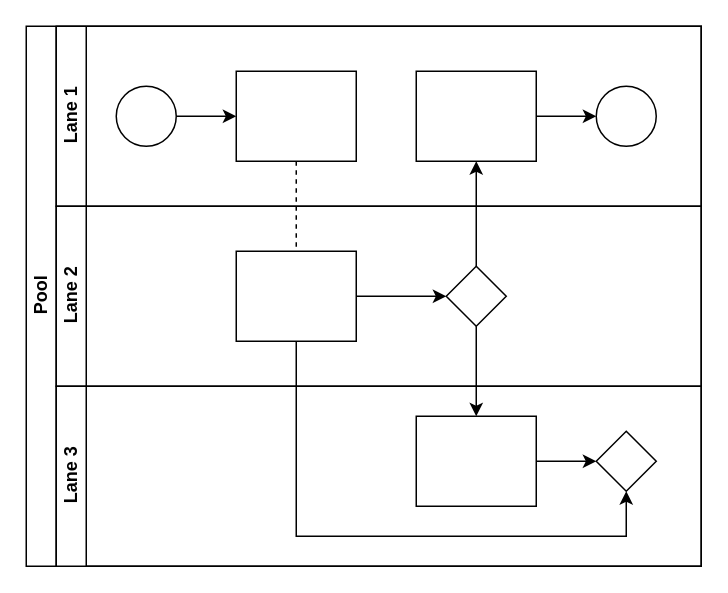
Above: Untitled Diagram.drawio in mohsenkamini/SBU_FLA (draw.io), before the change. Source tidied: cells renumbered, new cells numbered last; positions are measured from the earlier drawing's top-left corner, leaving out a move shared by most shapes. Both pictures are drawn from the tidied source at 150%, with x=0, y=0 at pixel (26, 26).
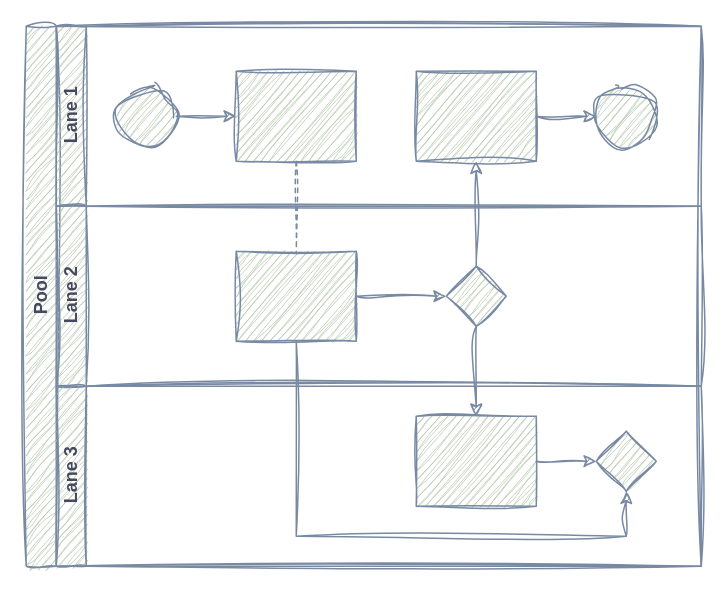
After the change.

What changed in the source:
```diff
@@
-    <mxCell id="2" value="Pool" style="swimlane;html=1;horizontal=0;startSize=20;" parent="1" vertex="1">
+    <mxCell id="2" value="Pool" style="swimlane;html=1;horizontal=0;startSize=20;labelBackgroundColor=none;fillColor=#B2C9AB;strokeColor=#788AA3;fontColor=#46495D;sketch=1;curveFitting=1;jiggle=2;" parent="1" vertex="1">
       <mxGeometry width="450" height="360" as="geometry" />
     </mxCell>
-    <mxCell id="3" style="edgeStyle=orthogonalEdgeStyle;rounded=0;jettySize=auto;html=1;dashed=1;endArrow=none;endFill=0;" parent="2" edge="1" source="10" target="16">
+    <mxCell id="3" style="edgeStyle=orthogonalEdgeStyle;rounded=0;jettySize=auto;html=1;dashed=1;endArrow=none;endFill=0;labelBackgroundColor=none;strokeColor=#788AA3;fontColor=default;sketch=1;curveFitting=1;jiggle=2;" parent="2" edge="1" source="10" target="16">
       <mxGeometry relative="1" as="geometry" />
     </mxCell>
-    <mxCell id="4" style="edgeStyle=orthogonalEdgeStyle;rounded=0;jettySize=auto;html=1;endArrow=classic;endFill=1;" parent="2" edge="1" source="17" target="12">
+    <mxCell id="4" style="edgeStyle=orthogonalEdgeStyle;rounded=0;jettySize=auto;html=1;endArrow=classic;endFill=1;labelBackgroundColor=none;strokeColor=#788AA3;fontColor=default;sketch=1;curveFitting=1;jiggle=2;" parent="2" edge="1" source="17" target="12">
       <mxGeometry relative="1" as="geometry" />
     </mxCell>
-    <mxCell id="5" style="edgeStyle=orthogonalEdgeStyle;rounded=0;jettySize=auto;html=1;endArrow=classic;endFill=1;" parent="2" edge="1" source="17" target="20">
+    <mxCell id="5" style="edgeStyle=orthogonalEdgeStyle;rounded=0;jettySize=auto;html=1;endArrow=classic;endFill=1;labelBackgroundColor=none;strokeColor=#788AA3;fontColor=default;sketch=1;curveFitting=1;jiggle=2;" parent="2" edge="1" source="17" target="20">
       <mxGeometry relative="1" as="geometry" />
     </mxCell>
-    <mxCell id="6" style="edgeStyle=orthogonalEdgeStyle;rounded=0;jettySize=auto;html=1;endArrow=classic;endFill=1;" parent="2" edge="1" source="16" target="21">
+    <mxCell id="6" style="edgeStyle=orthogonalEdgeStyle;rounded=0;jettySize=auto;html=1;endArrow=classic;endFill=1;labelBackgroundColor=none;strokeColor=#788AA3;fontColor=default;sketch=1;curveFitting=1;jiggle=2;" parent="2" edge="1" source="16" target="21">
       <mxGeometry relative="1" as="geometry">
         <Array as="points">
           <mxPoint x="180" y="340" />
           <mxPoint x="400" y="340" />
         </Array>
       </mxGeometry>
     </mxCell>
-    <mxCell id="7" value="Lane 1" style="swimlane;html=1;startSize=20;horizontal=0;" parent="2" vertex="1">
+    <mxCell id="7" value="Lane 1" style="swimlane;html=1;startSize=20;horizontal=0;labelBackgroundColor=none;fillColor=#B2C9AB;strokeColor=#788AA3;fontColor=#46495D;sketch=1;curveFitting=1;jiggle=2;" parent="2" vertex="1">
       <mxGeometry x="20" width="430" height="120" as="geometry" />
     </mxCell>
-    <mxCell id="8" style="edgeStyle=orthogonalEdgeStyle;rounded=0;jettySize=auto;html=1;" parent="7" edge="1" source="9" target="10">
+    <mxCell id="8" style="edgeStyle=orthogonalEdgeStyle;rounded=0;jettySize=auto;html=1;labelBackgroundColor=none;strokeColor=#788AA3;fontColor=default;sketch=1;curveFitting=1;jiggle=2;" parent="7" edge="1" source="9" target="10">
       <mxGeometry relative="1" as="geometry" />
     </mxCell>
-    <mxCell id="9" style="ellipse;whiteSpace=wrap;html=1;" parent="7" vertex="1">
+    <mxCell id="9" style="ellipse;whiteSpace=wrap;html=1;labelBackgroundColor=none;fillColor=#B2C9AB;strokeColor=#788AA3;fontColor=#46495D;sketch=1;curveFitting=1;jiggle=2;" parent="7" vertex="1">
       <mxGeometry x="40" y="40" width="40" height="40" as="geometry" />
     </mxCell>
-    <mxCell id="10" style="rounded=0;whiteSpace=wrap;html=1;fontFamily=Helvetica;fontSize=12;fontColor=#000000;align=center;" parent="7" vertex="1">
+    <mxCell id="10" style="rounded=0;whiteSpace=wrap;html=1;fontFamily=Helvetica;fontSize=12;fontColor=#46495D;align=center;labelBackgroundColor=none;fillColor=#B2C9AB;strokeColor=#788AA3;sketch=1;curveFitting=1;jiggle=2;" parent="7" vertex="1">
       <mxGeometry x="120" y="30" width="80" height="60" as="geometry" />
     </mxCell>
-    <mxCell id="11" style="edgeStyle=orthogonalEdgeStyle;rounded=0;jettySize=auto;html=1;endArrow=classic;endFill=1;" parent="7" edge="1" source="12" target="13">
+    <mxCell id="11" style="edgeStyle=orthogonalEdgeStyle;rounded=0;jettySize=auto;html=1;endArrow=classic;endFill=1;labelBackgroundColor=none;strokeColor=#788AA3;fontColor=default;sketch=1;curveFitting=1;jiggle=2;" parent="7" edge="1" source="12" target="13">
       <mxGeometry relative="1" as="geometry" />
     </mxCell>
-    <mxCell id="12" style="rounded=0;whiteSpace=wrap;html=1;fontFamily=Helvetica;fontSize=12;fontColor=#000000;align=center;" parent="7" vertex="1">
+    <mxCell id="12" style="rounded=0;whiteSpace=wrap;html=1;fontFamily=Helvetica;fontSize=12;fontColor=#46495D;align=center;labelBackgroundColor=none;fillColor=#B2C9AB;strokeColor=#788AA3;sketch=1;curveFitting=1;jiggle=2;" parent="7" vertex="1">
       <mxGeometry x="240" y="30" width="80" height="60" as="geometry" />
     </mxCell>
-    <mxCell id="13" style="ellipse;whiteSpace=wrap;html=1;" parent="7" vertex="1">
+    <mxCell id="13" style="ellipse;whiteSpace=wrap;html=1;labelBackgroundColor=none;fillColor=#B2C9AB;strokeColor=#788AA3;fontColor=#46495D;sketch=1;curveFitting=1;jiggle=2;" parent="7" vertex="1">
       <mxGeometry x="360" y="40" width="40" height="40" as="geometry" />
     </mxCell>
-    <mxCell id="14" value="Lane 2" style="swimlane;html=1;startSize=20;horizontal=0;" parent="2" vertex="1">
+    <mxCell id="14" value="Lane 2" style="swimlane;html=1;startSize=20;horizontal=0;labelBackgroundColor=none;fillColor=#B2C9AB;strokeColor=#788AA3;fontColor=#46495D;sketch=1;curveFitting=1;jiggle=2;" parent="2" vertex="1">
       <mxGeometry x="20" y="120" width="430" height="120" as="geometry" />
     </mxCell>
-    <mxCell id="15" style="edgeStyle=orthogonalEdgeStyle;rounded=0;jettySize=auto;html=1;endArrow=classic;endFill=1;" parent="14" edge="1" source="16" target="17">
+    <mxCell id="15" style="edgeStyle=orthogonalEdgeStyle;rounded=0;jettySize=auto;html=1;endArrow=classic;endFill=1;labelBackgroundColor=none;strokeColor=#788AA3;fontColor=default;sketch=1;curveFitting=1;jiggle=2;" parent="14" edge="1" source="16" target="17">
       <mxGeometry relative="1" as="geometry" />
     </mxCell>
-    <mxCell id="16" style="rounded=0;whiteSpace=wrap;html=1;fontFamily=Helvetica;fontSize=12;fontColor=#000000;align=center;" parent="14" vertex="1">
+    <mxCell id="16" style="rounded=0;whiteSpace=wrap;html=1;fontFamily=Helvetica;fontSize=12;fontColor=#46495D;align=center;labelBackgroundColor=none;fillColor=#B2C9AB;strokeColor=#788AA3;sketch=1;curveFitting=1;jiggle=2;" parent="14" vertex="1">
       <mxGeometry x="120" y="30" width="80" height="60" as="geometry" />
     </mxCell>
-    <mxCell id="17" style="rhombus;whiteSpace=wrap;html=1;fontFamily=Helvetica;fontSize=12;fontColor=#000000;align=center;" parent="14" vertex="1">
+    <mxCell id="17" style="rhombus;whiteSpace=wrap;html=1;fontFamily=Helvetica;fontSize=12;fontColor=#46495D;align=center;labelBackgroundColor=none;fillColor=#B2C9AB;strokeColor=#788AA3;sketch=1;curveFitting=1;jiggle=2;" parent="14" vertex="1">
       <mxGeometry x="260" y="40" width="40" height="40" as="geometry" />
     </mxCell>
-    <mxCell id="18" value="Lane 3" style="swimlane;html=1;startSize=20;horizontal=0;" parent="2" vertex="1">
+    <mxCell id="18" value="Lane 3" style="swimlane;html=1;startSize=20;horizontal=0;labelBackgroundColor=none;fillColor=#B2C9AB;strokeColor=#788AA3;fontColor=#46495D;sketch=1;curveFitting=1;jiggle=2;" parent="2" vertex="1">
       <mxGeometry x="20" y="240" width="430" height="120" as="geometry" />
     </mxCell>
-    <mxCell id="19" style="edgeStyle=orthogonalEdgeStyle;rounded=0;jettySize=auto;html=1;endArrow=classic;endFill=1;" parent="18" edge="1" source="20" target="21">
+    <mxCell id="19" style="edgeStyle=orthogonalEdgeStyle;rounded=0;jettySize=auto;html=1;endArrow=classic;endFill=1;labelBackgroundColor=none;strokeColor=#788AA3;fontColor=default;sketch=1;curveFitting=1;jiggle=2;" parent="18" edge="1" source="20" target="21">
       <mxGeometry relative="1" as="geometry" />
     </mxCell>
-    <mxCell id="20" style="rounded=0;whiteSpace=wrap;html=1;fontFamily=Helvetica;fontSize=12;fontColor=#000000;align=center;" parent="18" vertex="1">
+    <mxCell id="20" style="rounded=0;whiteSpace=wrap;html=1;fontFamily=Helvetica;fontSize=12;fontColor=#46495D;align=center;labelBackgroundColor=none;fillColor=#B2C9AB;strokeColor=#788AA3;sketch=1;curveFitting=1;jiggle=2;" parent="18" vertex="1">
       <mxGeometry x="240" y="20" width="80" height="60" as="geometry" />
     </mxCell>
-    <mxCell id="21" style="rhombus;whiteSpace=wrap;html=1;fontFamily=Helvetica;fontSize=12;fontColor=#000000;align=center;" parent="18" vertex="1">
+    <mxCell id="21" style="rhombus;whiteSpace=wrap;html=1;fontFamily=Helvetica;fontSize=12;fontColor=#46495D;align=center;labelBackgroundColor=none;fillColor=#B2C9AB;strokeColor=#788AA3;sketch=1;curveFitting=1;jiggle=2;" parent="18" vertex="1">
       <mxGeometry x="360" y="30" width="40" height="40" as="geometry" />
     </mxCell>
```
